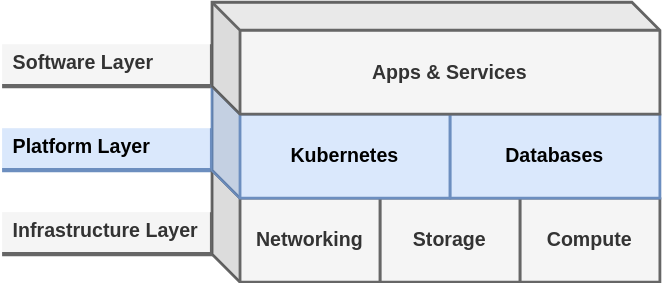
bcbrookman/homeops keeps this draw.io diagram as docs/content/assets/homeops-layers-pf.svg. Above is the earlier version. Source tidied: cells renumbered, new cells last; positions are measured from the earlier drawing's top-left corner, leaving out a move shared by most shapes.
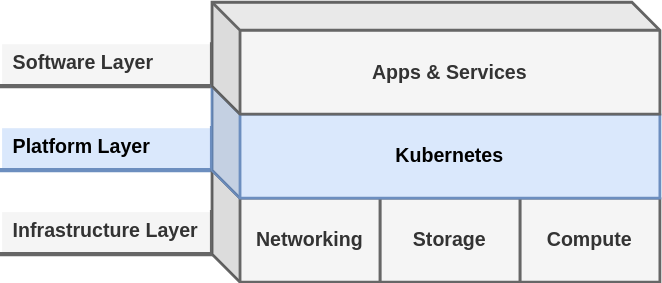
The same diagram one commit later.

Change to the diagram source:
```diff
@@ -20,11 +20,8 @@
     <mxCell id="7" value="Networking" style="shape=cube;whiteSpace=wrap;html=1;boundedLbl=1;backgroundOutline=1;darkOpacity=0.05;darkOpacity2=0.1;fillColor=#f5f5f5;strokeColor=#666666;strokeWidth=2;fontStyle=1;fontSize=14;shadow=0;fontColor=#333333;fontFamily=Arial;" parent="1" vertex="1">
       <mxGeometry x="150" y="120" width="120" height="80" as="geometry" />
     </mxCell>
-    <mxCell id="8" value="Databases" style="shape=cube;whiteSpace=wrap;html=1;boundedLbl=1;backgroundOutline=1;darkOpacity=0.05;darkOpacity2=0.1;fillColor=#dae8fc;strokeColor=#6c8ebf;strokeWidth=2;fontStyle=1;fontSize=14;shadow=0;fontFamily=Arial;" parent="1" vertex="1">
-      <mxGeometry x="300" y="60" width="170" height="80" as="geometry" />
-    </mxCell>
     <mxCell id="9" value="Kubernetes" style="shape=cube;whiteSpace=wrap;html=1;boundedLbl=1;backgroundOutline=1;darkOpacity=0.05;darkOpacity2=0.1;fillColor=#dae8fc;strokeColor=#6c8ebf;strokeWidth=2;fontStyle=1;fontSize=14;shadow=0;fontFamily=Arial;" parent="1" vertex="1">
-      <mxGeometry x="150" y="60" width="170" height="80" as="geometry" />
+      <mxGeometry x="150" y="60" width="320" height="80" as="geometry" />
     </mxCell>
     <mxCell id="10" value="Apps &amp;amp; Services" style="shape=cube;whiteSpace=wrap;html=1;boundedLbl=1;backgroundOutline=1;darkOpacity=0.05;darkOpacity2=0.1;fillColor=#f5f5f5;strokeColor=#666666;strokeWidth=2;fontStyle=1;fontSize=14;gradientDirection=south;perimeterSpacing=0;shadow=0;fontColor=#333333;fontFamily=Arial;" parent="1" vertex="1">
       <mxGeometry x="150" width="320" height="80" as="geometry" />
```
